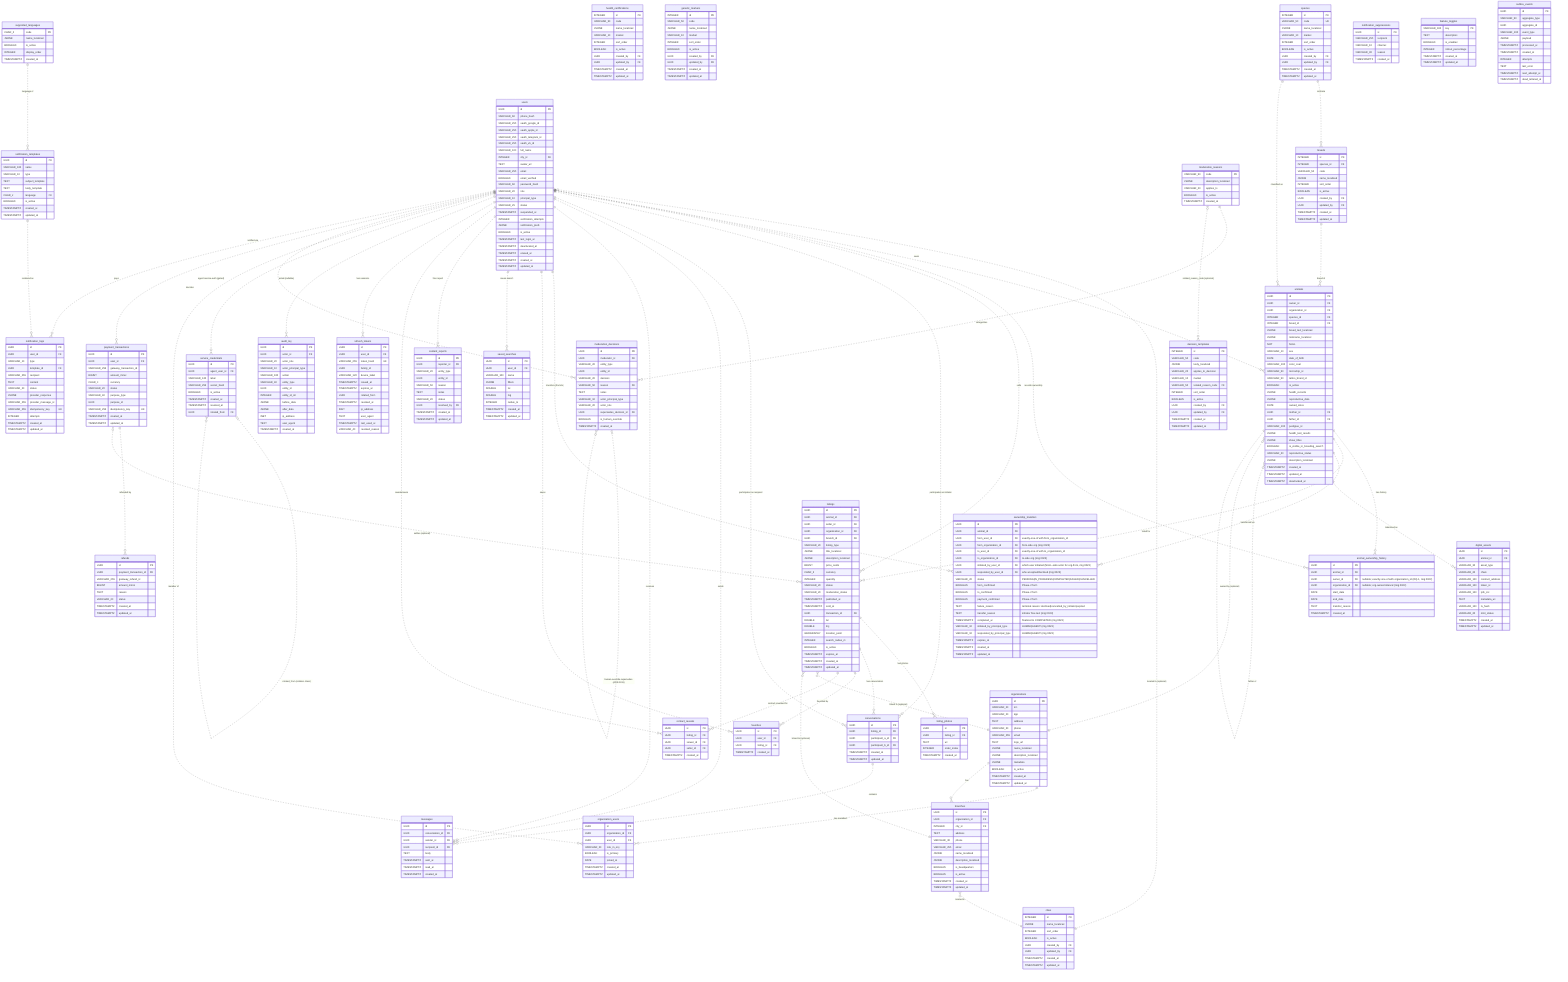
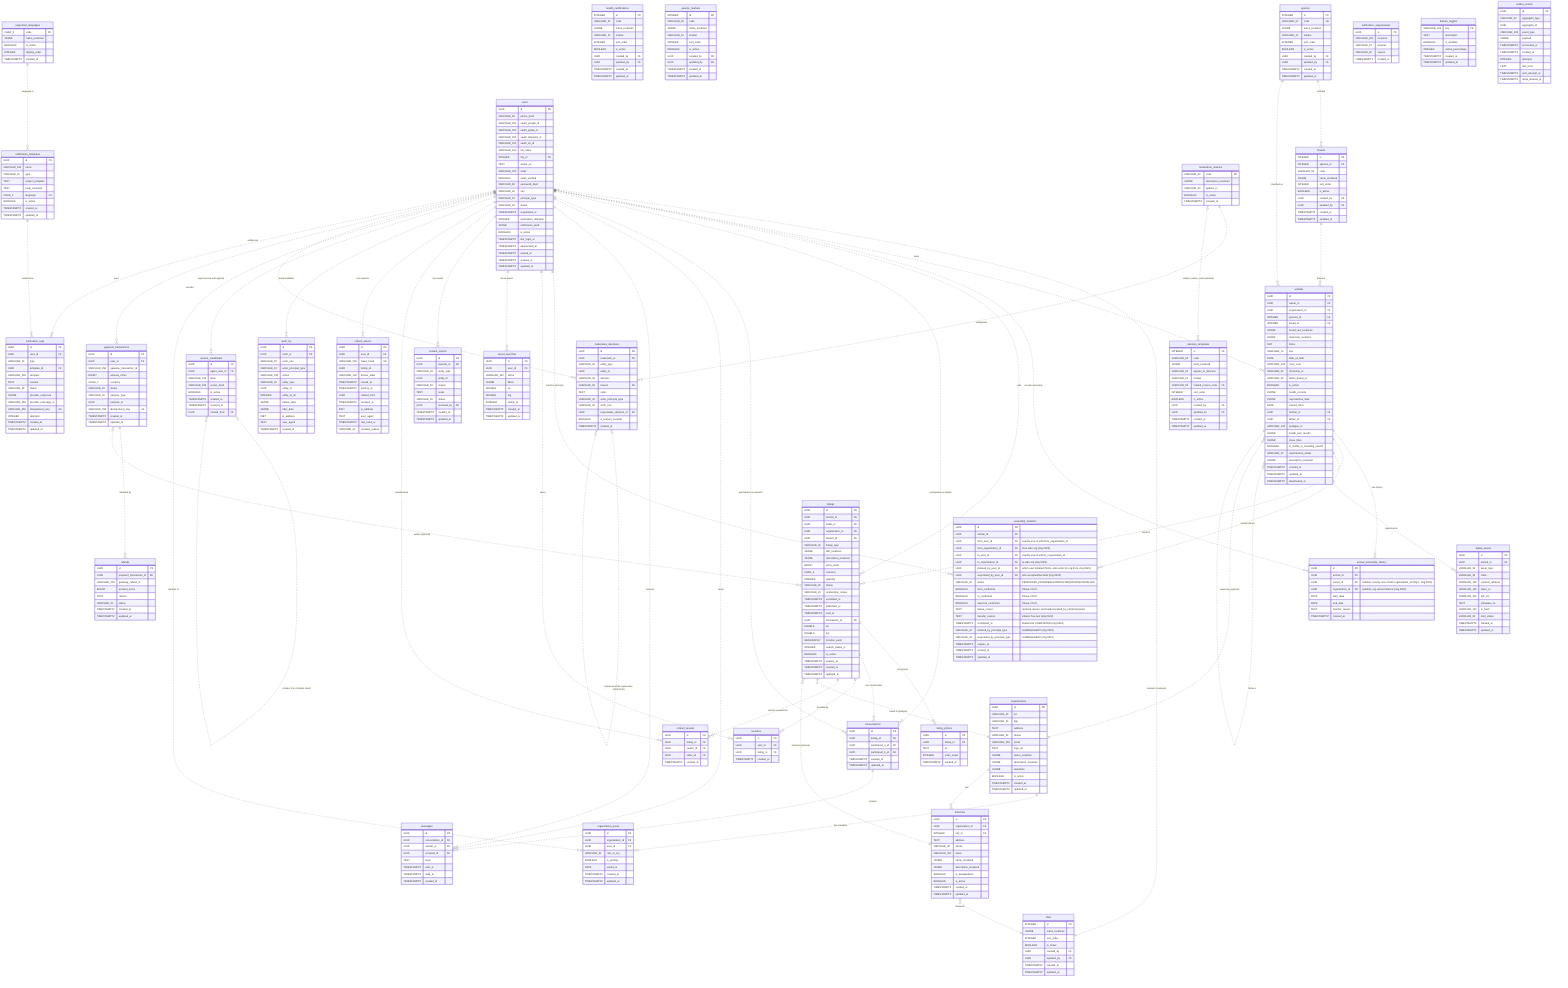
erDiagram
    %% Reference Data Tables
    species {
        INTEGER id PK
        VARCHAR_50 code UK
        JSONB name_localized
        VARCHAR_10 market
        INTEGER sort_order
        BOOLEAN is_active
        UUID created_by FK
        UUID updated_by FK
        TIMESTAMPTZ created_at
        TIMESTAMPTZ updated_at
    }
    breeds {
        INTEGER id PK
        INTEGER species_id FK
        VARCHAR_50 code
        JSONB name_localized
        INTEGER sort_order
        BOOLEAN is_active
        UUID created_by FK
        UUID updated_by FK
        TIMESTAMPTZ created_at
        TIMESTAMPTZ updated_at
        %% UK (species_id, code)
    }
    cities {
        INTEGER id PK
        JSONB name_localized
        INTEGER sort_order
        BOOLEAN is_active
        UUID created_by FK
        UUID updated_by FK
        TIMESTAMPTZ created_at
        TIMESTAMPTZ updated_at
    }
    health_certifications {
        INTEGER id PK
        VARCHAR_50 code
        JSONB name_localized
        VARCHAR_10 market
        INTEGER sort_order
        BOOLEAN is_active
        UUID created_by FK
        UUID updated_by FK
        TIMESTAMPTZ created_at
        TIMESTAMPTZ updated_at
        %% UK (market, code)
    }
    genetic_markers {
        INTEGER id PK
        VARCHAR_50 code
        JSONB name_localized
        VARCHAR_10 market
        INTEGER sort_order
        BOOLEAN is_active
        UUID created_by FK
        UUID updated_by FK
        TIMESTAMPTZ created_at
        TIMESTAMPTZ updated_at
        %% UK (market, code)
    }
    supported_languages {
        CHAR_2 code PK
        JSONB name_localized
        BOOLEAN is_active
        INTEGER display_order
        TIMESTAMPTZ created_at
    }

    %% Identity Domain
    users {
        UUID id PK
        VARCHAR_60 phone_hash
        VARCHAR_255 oauth_google_id
        VARCHAR_255 oauth_apple_id
        VARCHAR_255 oauth_telegram_id
        VARCHAR_255 oauth_vk_id
        VARCHAR_100 full_name
        INTEGER city_id FK
        TEXT avatar_url
        VARCHAR_255 email
        BOOLEAN email_verified
        VARCHAR_60 password_hash
        VARCHAR_20 role
        VARCHAR_10 principal_type
        VARCHAR_25 status
        TIMESTAMPTZ suspended_at
        INTEGER verification_attempts
        JSONB notification_prefs
        BOOLEAN is_active
        TIMESTAMPTZ last_login_at
        TIMESTAMPTZ deactivated_at
        TIMESTAMPTZ erased_at
        TIMESTAMPTZ created_at
        TIMESTAMPTZ updated_at
    }

    %% Animal Domain
    animals {
        UUID id PK
        UUID owner_id FK
        UUID organization_id FK
        INTEGER species_id FK
        INTEGER breed_id FK
        JSONB breed_text_localized
        JSONB nickname_localized NOT NULL
        VARCHAR_10 sex
        DATE date_of_birth
        VARCHAR_100 color_coat
        VARCHAR_50 microchip_id
        VARCHAR_50 tattoo_brand_id
        BOOLEAN is_active
        JSONB health_records
        JSONB reproductive_data
        DATE owned_since
        UUID mother_id FK
        UUID father_id FK
        VARCHAR_100 pedigree_id
        JSONB health_test_results
        JSONB show_titles
        BOOLEAN is_visible_in_breeding_search
        VARCHAR_20 reproductive_status
        JSONB description_localized
        TIMESTAMPTZ created_at
        TIMESTAMPTZ updated_at
        TIMESTAMPTZ deactivated_at
    }
    animal_ownership_history {
        UUID id PK
        UUID animal_id FK
        UUID owner_id FK "nullable; exactly-one-of with organization_id (OQ-1, mig 0023)"
        UUID organization_id FK "nullable; org-owned interval (mig 0023)"
        DATE start_date
        DATE end_date
        TEXT transfer_reason
        TIMESTAMPTZ created_at
    }
    %% ownership_transfers: ADR-0013 MVP shape (migration 0023 landed).
    ownership_transfers {
        UUID id PK
        UUID animal_id FK
        UUID from_user_id FK "exactly-one-of with from_organization_id"
        UUID from_organization_id FK "from-side org (mig 0023)"
        UUID to_user_id FK "exactly-one-of with to_organization_id"
        UUID to_organization_id FK "to-side org (mig 0023)"
        UUID initiated_by_user_id FK "which user initiated (NULL-safe actor for org-from, mig 0023)"
        UUID responded_by_user_id FK "who accepted/declined (mig 0023)"
        VARCHAR_20 status "PENDING|IN_PROGRESS|COMPLETED|FAILED|CANCELLED"
        BOOLEAN from_confirmed "Phase-2 form"
        BOOLEAN to_confirmed "Phase-2 form"
        BOOLEAN payment_confirmed "Phase-2 form"
        TEXT failure_reason "terminal reason: declined|cancelled_by_initiator|expired"
        TEXT transfer_reason "initiator free text (mig 0023)"
        TIMESTAMPTZ completed_at "finalized to COMPLETED (mig 0023)"
        VARCHAR_10 initiated_by_principal_type "HUMAN|AGENT (mig 0023)"
        VARCHAR_10 responded_by_principal_type "HUMAN|AGENT (mig 0023)"
        TIMESTAMPTZ expires_at
        TIMESTAMPTZ created_at
        TIMESTAMPTZ updated_at
    }
    digital_assets {
        UUID id PK
        UUID animal_id FK
        VARCHAR_30 asset_type
        VARCHAR_20 chain
        VARCHAR_120 contract_address
        VARCHAR_120 token_id
        VARCHAR_120 ipfs_cid
        TEXT metadata_uri
        VARCHAR_120 tx_hash
        VARCHAR_20 mint_status
        TIMESTAMPTZ created_at
        TIMESTAMPTZ updated_at
        %% ADR-0010: NFT readiness hook; gated by feature_toggles
    }

    %% Organization Domain
    organizations {
        UUID id PK
        VARCHAR_20 inn
        VARCHAR_20 kpp
        TEXT address
        VARCHAR_30 phone
        VARCHAR_255 email
        TEXT logo_url
        JSONB name_localized
        JSONB description_localized
        JSONB metadata
        BOOLEAN is_active
        TIMESTAMPTZ created_at
        TIMESTAMPTZ updated_at
    }
    branches {
        UUID id PK
        UUID organization_id FK
        INTEGER city_id FK
        TEXT address
        VARCHAR_30 phone
        VARCHAR_255 email
        JSONB name_localized
        JSONB description_localized
        BOOLEAN is_headquarters
        BOOLEAN is_active
        TIMESTAMPTZ created_at
        TIMESTAMPTZ updated_at
    }
    organization_users {
        UUID id PK
        UUID organization_id FK
        UUID user_id FK
        VARCHAR_20 role_in_org
        BOOLEAN is_primary
        DATE joined_at
        TIMESTAMPTZ created_at
        TIMESTAMPTZ updated_at
        %% UK (organization_id, user_id)
    }

    %% Marketplace/Listings Domain
    listings {
        UUID id PK
        UUID animal_id FK
        UUID seller_id FK
        UUID organization_id FK
        UUID branch_id FK
        VARCHAR_20 listing_type
        JSONB title_localized
        JSONB description_localized
        BIGINT price_cents
        CHAR_3 currency
        INTEGER quantity
        VARCHAR_20 status
        VARCHAR_20 moderation_status
+         TIMESTAMPTZ escalated_at
        TIMESTAMPTZ published_at
        TIMESTAMPTZ sold_at
        UUID transaction_id FK
        DOUBLE lat
        DOUBLE lng
        GEOGRAPHY location_point
        INTEGER search_radius_m
        BOOLEAN is_active
        TIMESTAMPTZ expires_at
        TIMESTAMPTZ created_at
        TIMESTAMPTZ updated_at
        %% UK (animal_id, listing_type) WHERE status='ACTIVE'
    }
    listing_photos {
        UUID id PK
        UUID listing_id FK
        TEXT url
        INTEGER order_index
        TIMESTAMPTZ created_at
    }
    conversations {
        UUID id PK
        UUID listing_id FK
        UUID participant_a_id FK
        UUID participant_b_id FK
        TIMESTAMPTZ created_at
        TIMESTAMPTZ updated_at
    }
    messages {
        UUID id PK
        UUID conversation_id FK
        UUID sender_id FK
        UUID recipient_id FK
        TEXT body
        TIMESTAMPTZ sent_at
        TIMESTAMPTZ read_at
        TIMESTAMPTZ created_at
    }

    %% Moderation Domain
    moderation_reasons {
        VARCHAR_50 code PK
        JSONB description_localized
        VARCHAR_20 applies_to
        BOOLEAN is_active
        TIMESTAMPTZ created_at
    }
    moderation_decisions {
        UUID id PK
        UUID moderator_id FK
        VARCHAR_20 entity_type
        UUID entity_id
        VARCHAR_20 decision
        VARCHAR_50 reason FK
        TEXT notes
        VARCHAR_10 actor_principal_type
        VARCHAR_20 actor_role
        UUID supersedes_decision_id FK
        BOOLEAN is_human_override
        TIMESTAMPTZ created_at
        %% append-only (immutable); ADR-0011 actor-snapshot + human-override chain (supersedes_decision_id self-ref)
    }
    decision_templates {
        INTEGER id PK
        VARCHAR_50 code
        JSONB body_localized
        VARCHAR_20 applies_to_decision
        VARCHAR_10 market
        VARCHAR_50 related_reason_code FK
        INTEGER sort_order
        BOOLEAN is_active
        UUID created_by FK
        UUID updated_by FK
        TIMESTAMPTZ created_at
        TIMESTAMPTZ updated_at
        %% B10 Admin-extensible canned-note dictionary (spec 12); UK (market, code)
    }

    %% Payment Domain
    payment_transactions {
        UUID id PK
        UUID user_id FK
        VARCHAR_255 gateway_transaction_id
        BIGINT amount_minor
        CHAR_3 currency
        VARCHAR_20 status
        VARCHAR_40 purpose_type
        UUID purpose_id
        VARCHAR_255 idempotency_key UK
        TIMESTAMPTZ created_at
        TIMESTAMPTZ updated_at
    }
    refunds {
        UUID id PK
        UUID payment_transaction_id FK
        VARCHAR_255 gateway_refund_id
        BIGINT amount_minor
        TEXT reason
        VARCHAR_20 status
        TIMESTAMPTZ created_at
        TIMESTAMPTZ updated_at
    }

    %% Notification Domain
    notification_templates {
        UUID id PK
        VARCHAR_100 name
        VARCHAR_10 type
        TEXT subject_template
        TEXT body_template
        CHAR_2 language FK
        BOOLEAN is_active
        TIMESTAMPTZ created_at
        TIMESTAMPTZ updated_at
        %% UK (name, type, language)
    }
    notification_logs {
        UUID id PK
        UUID user_id FK
        VARCHAR_10 type
        UUID template_id FK
        VARCHAR_255 recipient
        TEXT content
        VARCHAR_20 status
        JSONB provider_response
        VARCHAR_255 provider_message_id
        VARCHAR_255 idempotency_key UK
        INTEGER attempts
        TIMESTAMPTZ created_at
        TIMESTAMPTZ updated_at
    }
    notification_suppressions {
        UUID id PK
        VARCHAR_255 recipient
        VARCHAR_10 channel
        VARCHAR_30 reason
        TIMESTAMPTZ created_at
        %% (recipient, channel) UNIQUE — hard-bounce / unsubscribe
    }

    %% Favorites & Saved Searches (MVP)
    favorites {
        UUID id PK
        UUID user_id FK
        UUID listing_id FK
        TIMESTAMPTZ created_at
        %% UK (user_id, listing_id)
    }
    saved_searches {
        UUID id PK
        UUID user_id FK
        VARCHAR_100 name
        JSONB filters
        DOUBLE lat
        DOUBLE lng
        INTEGER radius_m
        TIMESTAMPTZ created_at
        TIMESTAMPTZ updated_at
    }
    content_reports {
        UUID id PK
        UUID reporter_id FK
        VARCHAR_20 entity_type
        UUID entity_id
        VARCHAR_50 reason
        TEXT notes
        VARCHAR_20 status
        UUID resolved_by FK
        TIMESTAMPTZ created_at
        TIMESTAMPTZ updated_at
    }
    contact_reveals {
        UUID id PK
        UUID listing_id FK
        UUID viewer_id FK
        UUID seller_id FK
        TIMESTAMPTZ created_at
        %% ADR-0005: MVP "contact the seller" (no chat); audit + rate-limit source
    }

    %% Identity sessions & audit (round-4 integrity)
    refresh_tokens {
        UUID id PK
        UUID user_id FK
        VARCHAR_255 token_hash UK
        UUID family_id
        VARCHAR_120 device_label
        TIMESTAMPTZ issued_at
        TIMESTAMPTZ expires_at
        UUID rotated_from
        TIMESTAMPTZ revoked_at
        INET ip_address
        TEXT user_agent
        TIMESTAMPTZ last_used_at
        VARCHAR_40 revoked_reason
    }
    audit_log {
        UUID id PK
        UUID actor_id FK
        VARCHAR_20 actor_role
        VARCHAR_10 actor_principal_type
        VARCHAR_100 action
        VARCHAR_40 entity_type
        UUID entity_id
        INTEGER entity_id_int
        JSONB before_data
        JSONB after_data
        INET ip_address
        TEXT user_agent
        TIMESTAMPTZ created_at
        %% append-only
    }
    service_credentials {
        UUID id PK
        UUID agent_user_id FK
        VARCHAR_120 label
        VARCHAR_255 secret_hash
        BOOLEAN is_active
        TIMESTAMPTZ created_at
        TIMESTAMPTZ revoked_at
        UUID rotated_from FK
        %% ADR-0011 §5.3 agent service-auth FORM ONLY (gated)
    }

    %% Extensibility / System Tables
    feature_toggles {
        VARCHAR_100 key PK
        TEXT description
        BOOLEAN is_enabled
        INTEGER rollout_percentage
        TIMESTAMPTZ created_at
        TIMESTAMPTZ updated_at
    }
    outbox_events {
        UUID id PK
        VARCHAR_50 aggregate_type
        UUID aggregate_id
        VARCHAR_100 event_type
        JSONB payload
        TIMESTAMPTZ processed_at
        TIMESTAMPTZ created_at
        INTEGER attempts
        TEXT last_error
        TIMESTAMPTZ next_attempt_at
        TIMESTAMPTZ dead_lettered_at
    }

    %% Relationships
    species ||..o{ breeds : "contains"
    species ||..o{ animals : "classified as"
    breeds ||..o{ animals : "breed of"
    users }o..|| cities : "located in (optional)"
    users ||..o{ animals : "owns"
    users ||..o{ animal_ownership_history : "records ownership"
    users ||..o{ listings : "sells"
    users ||..o{ conversations : "participates as initiator"
    users ||..o{ conversations : "participates as recipient"
    users ||..o{ messages : "sends"
    users ||..o{ messages : "receives"
    animals ||..o{ animal_ownership_history : "has history"
    animals ||..o{ listings : "listed for"
    animals ||..o{ ownership_transfers : "transferred via"
    users ||..o{ ownership_transfers : "transfers (from/to)"
    animals ||..o{ digital_assets : "tokenized as"
    animals }o..|| animals : "mother of"
    animals }o..|| animals : "father of"
    listings ||..o{ listing_photos : "has photos"
    listings ||..o{ conversations : "has conversation"
    conversations ||..o{ messages : "contains"
    users ||..o{ favorites : "saves"
    listings ||..o{ favorites : "favorited by"
    users ||..o{ saved_searches : "saves search"
    users ||..o{ content_reports : "files report"
    users ||..o{ contact_reveals : "reveals/owns"
    listings ||..o{ contact_reveals : "contact revealed for"
    users ||..o{ refresh_tokens : "has sessions"
    users ||..o{ audit_log : "acted (nullable)"
    users ||..o{ service_credentials : "agent service-auth (gated)"
    service_credentials |o..o{ service_credentials : "rotated_from (rotation chain)"

    %% Organization Domain Relationships (junction = M:N resolved)
    organizations ||..o{ organization_users : "has members"
    users ||..o{ organization_users : "member of"
    organizations ||..o{ branches : "has"
    branches }o..|| cities : "located in"
    listings }o..|| organizations : "linked to (optional)"
    listings }o..|| branches : "linked to (optional)"
    animals }o..|| organizations : "owned by (optional)"

    %% Moderation / Payment / Notification Relationships
    users ||..o{ moderation_decisions : "decides"
    moderation_reasons ||..o{ moderation_decisions : "categorizes"
    moderation_decisions |o..o{ moderation_decisions : "human-override supersedes (ADR-0011)"
    moderation_reasons |o..o{ decision_templates : "related_reason_code (optional)"
    users ||..o{ payment_transactions : "pays"
    payment_transactions ||..o{ refunds : "refunded by"
    payment_transactions |o..o{ listings : "settles (optional)"
    supported_languages ||..o{ notification_templates : "language of"
    notification_templates ||..o{ notification_logs : "rendered as"
    users ||..o{ notification_logs : "notified via"
